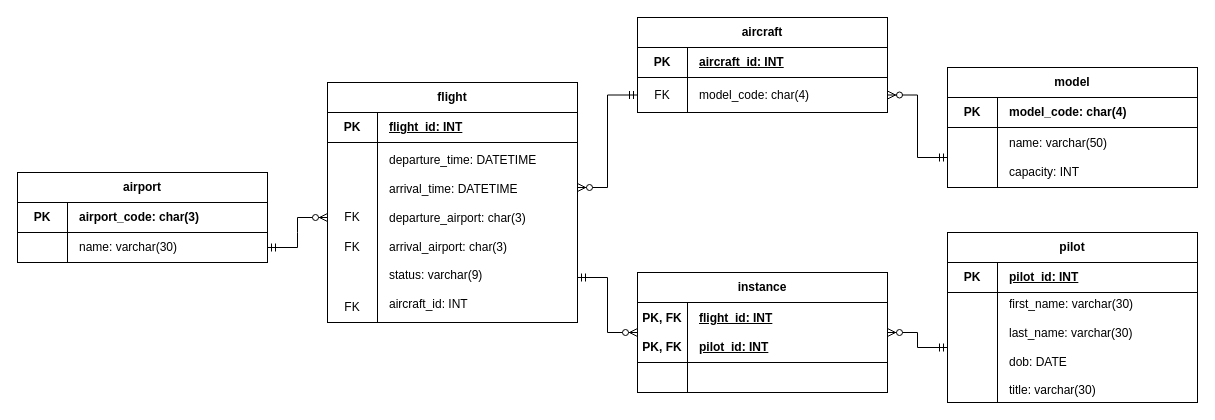
J-05/CW120040-CW2 keeps this draw.io diagram as airline-database-erd.drawio. Above is the earlier version. Source tidied: cells renumbered, new cells numbered last; positions are measured from the earlier drawing's top-left corner, leaving out a move shared by most shapes. Both pictures are drawn from the tidied source at 100%, with x=0, y=0 at pixel (17, 17).
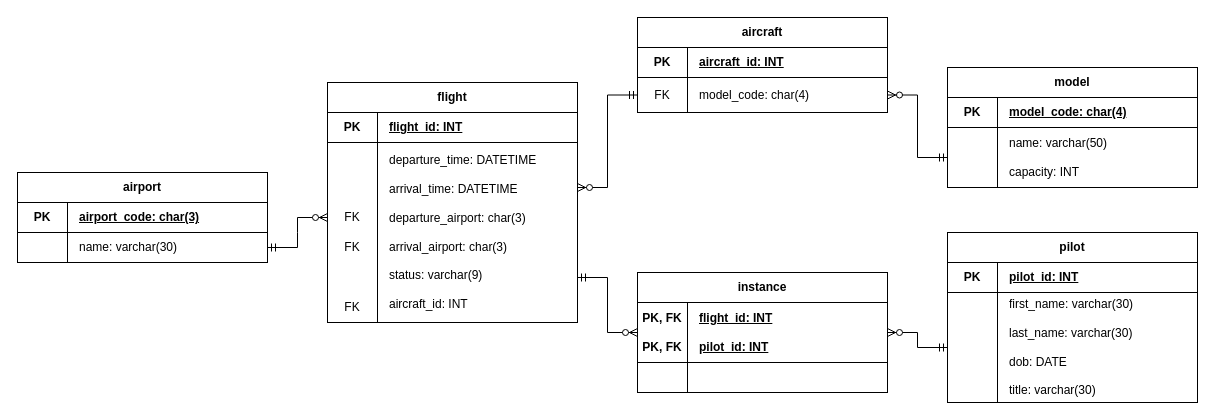
After the change.

Commit message:
formatting issues

Diff of the diagram source:
```diff
@@
-    <mxCell id="22" value="&lt;b&gt;&lt;i&gt;&amp;nbsp; &amp;nbsp;&lt;/i&gt;model_code: char(4)&lt;/b&gt;" style="rounded=0;whiteSpace=wrap;html=1;fillColor=none;align=left;" parent="1" vertex="1">
+    <mxCell id="22" value="&lt;i style=&quot;font-weight: bold;&quot;&gt;&amp;nbsp; &amp;nbsp;&lt;/i&gt;&lt;u style=&quot;&quot;&gt;&lt;b&gt;model_code: char(4)&lt;/b&gt;&lt;/u&gt;" style="rounded=0;whiteSpace=wrap;html=1;fillColor=none;align=left;" parent="1" vertex="1">
       <mxGeometry x="980" y="80" width="200" height="30" as="geometry" />
     </mxCell>
@@
-    <mxCell id="33" value="&lt;b&gt;&amp;nbsp; &amp;nbsp;airport_code: char(3)&lt;br&gt;&lt;/b&gt;" style="rounded=0;whiteSpace=wrap;html=1;fillColor=none;align=left;" parent="1" vertex="1">
+    <mxCell id="33" value="&lt;b&gt;&amp;nbsp; &amp;nbsp;&lt;u&gt;airport_code: char(3)&lt;/u&gt;&lt;br&gt;&lt;/b&gt;" style="rounded=0;whiteSpace=wrap;html=1;fillColor=none;align=left;" parent="1" vertex="1">
       <mxGeometry x="50" y="185" width="200" height="30" as="geometry" />
     </mxCell>
```
